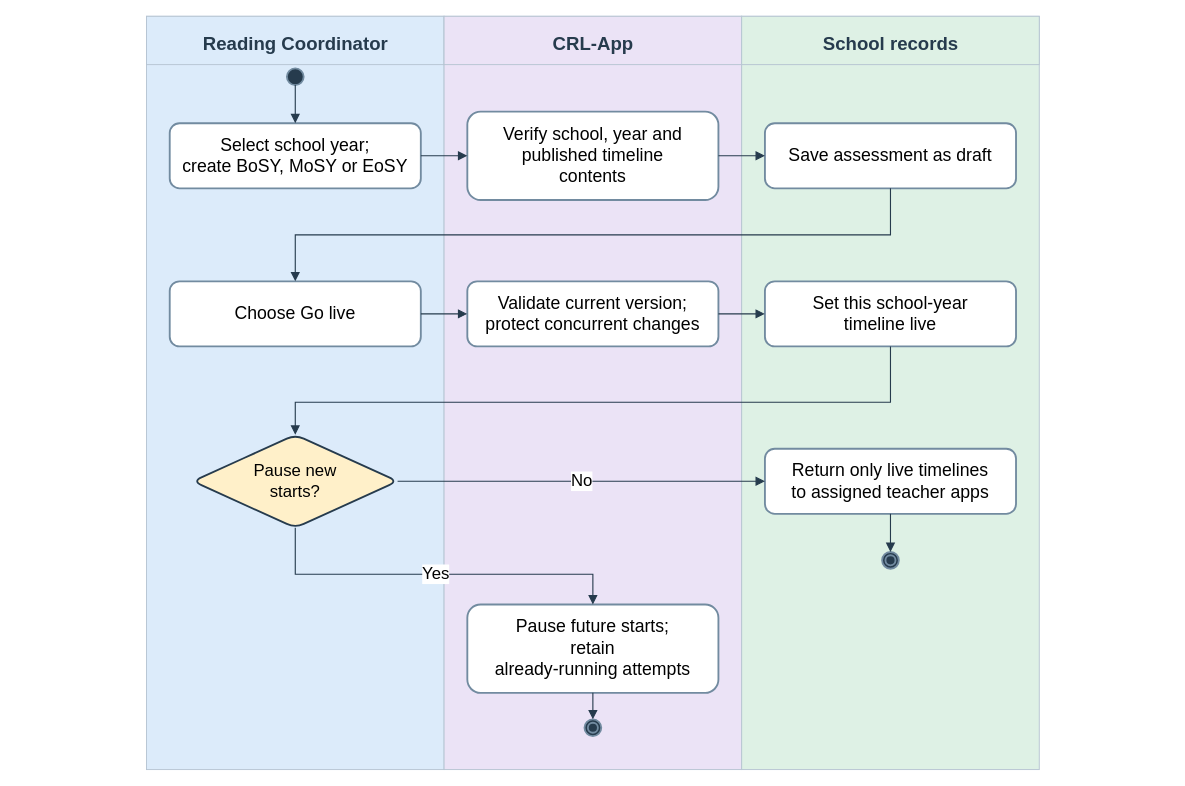
AkuSayangKamuJudaSayang/crl-app keeps this draw.io diagram as docs/diagrams/class-workspaces/figure-15c-assessment-activation.drawio. Above is the earlier version. Source tidied: cells renumbered, new cells numbered last; positions are measured from the earlier drawing's top-left corner, leaving out a move shared by most shapes. Both pictures are drawn from the tidied source at 93%, with x=0, y=0 at pixel (16, 16).
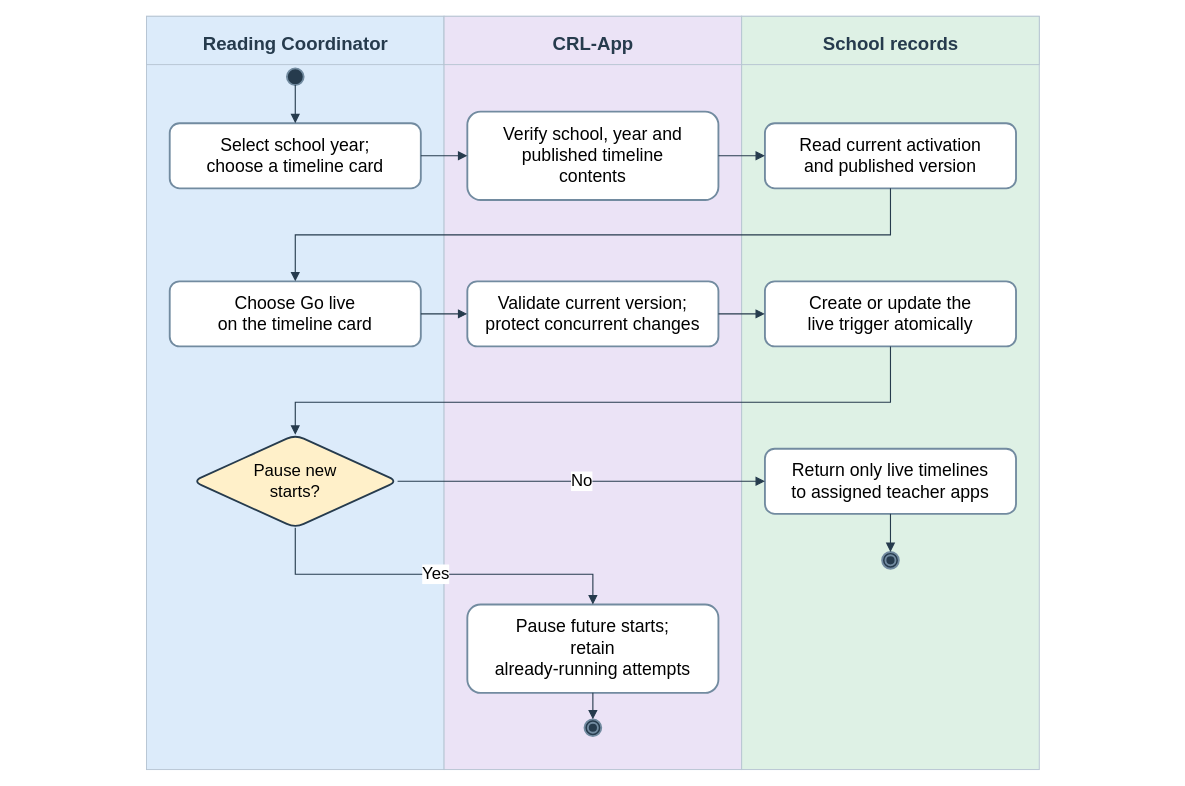
The same page after the edit.

Diff of the diagram source:
```diff
@@
-    <mxCell id="12" value="Select school year;&lt;br&gt;create BoSY, MoSY or EoSY" style="rounded=1;whiteSpace=wrap;html=1;fontFamily=Arial;fillColor=#ffffff;strokeColor=#728ba0;strokeWidth=2;fontSize=19;" parent="1" vertex="1">
+    <mxCell id="12" value="Select school year;&lt;br&gt;choose a timeline card" style="rounded=1;whiteSpace=wrap;html=1;fontFamily=Arial;fillColor=#ffffff;strokeColor=#728ba0;strokeWidth=2;fontSize=19;" parent="1" vertex="1">
       <mxGeometry x="165" y="115" width="270" height="70" as="geometry" />
     </mxCell>
@@
-    <mxCell id="14" value="Save assessment as draft" style="rounded=1;whiteSpace=wrap;html=1;fontFamily=Arial;fillColor=#ffffff;strokeColor=#728ba0;strokeWidth=2;fontSize=19;" parent="1" vertex="1">
+    <mxCell id="14" value="Read current activation&lt;br&gt;and published version" style="rounded=1;whiteSpace=wrap;html=1;fontFamily=Arial;fillColor=#ffffff;strokeColor=#728ba0;strokeWidth=2;fontSize=19;" parent="1" vertex="1">
       <mxGeometry x="805" y="115" width="270" height="70" as="geometry" />
     </mxCell>
-    <mxCell id="15" value="Choose Go live" style="rounded=1;whiteSpace=wrap;html=1;fontFamily=Arial;fillColor=#ffffff;strokeColor=#728ba0;strokeWidth=2;fontSize=19;" parent="1" vertex="1">
+    <mxCell id="15" value="Choose Go live&lt;br&gt;on the timeline card" style="rounded=1;whiteSpace=wrap;html=1;fontFamily=Arial;fillColor=#ffffff;strokeColor=#728ba0;strokeWidth=2;fontSize=19;" parent="1" vertex="1">
       <mxGeometry x="165" y="285" width="270" height="70" as="geometry" />
     </mxCell>
@@
-    <mxCell id="17" value="Set this school-year&lt;br&gt;timeline live" style="rounded=1;whiteSpace=wrap;html=1;fontFamily=Arial;fillColor=#ffffff;strokeColor=#728ba0;strokeWidth=2;fontSize=19;" parent="1" vertex="1">
+    <mxCell id="17" value="Create or update the&lt;br&gt;live trigger atomically" style="rounded=1;whiteSpace=wrap;html=1;fontFamily=Arial;fillColor=#ffffff;strokeColor=#728ba0;strokeWidth=2;fontSize=19;" parent="1" vertex="1">
       <mxGeometry x="805" y="285" width="270" height="70" as="geometry" />
     </mxCell>
```
